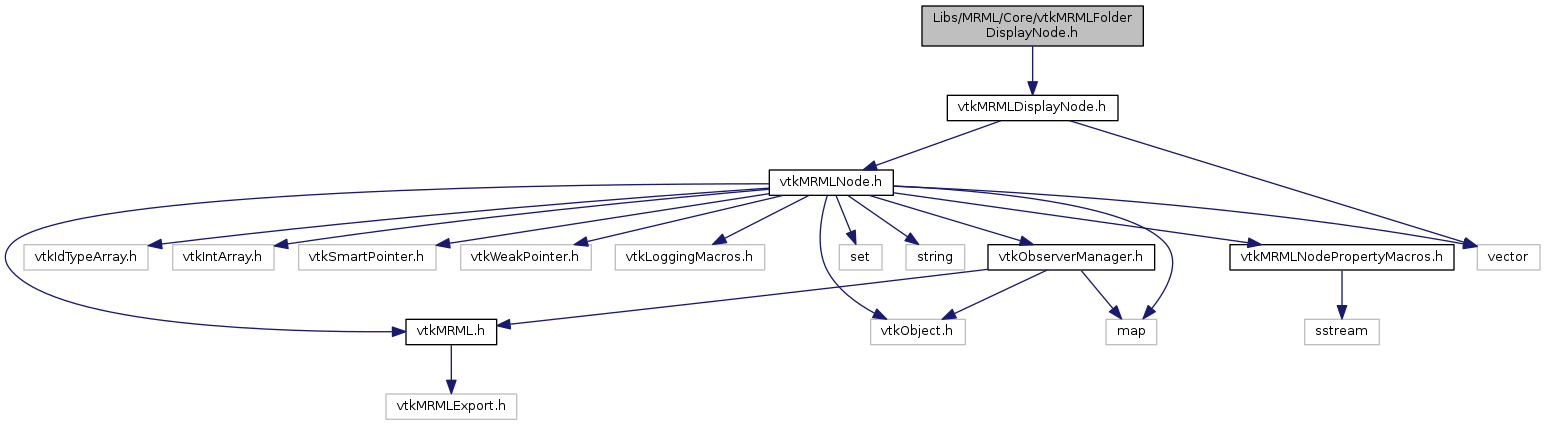
jamesobutler/apidocs.slicer.org keeps this Graphviz diagram as master/vtkMRMLFolderDisplayNode_8h__incl.png. Above is the earlier version. Its source is kept beside it as master/vtkMRMLFolderDisplayNode_8h__incl.dot. Source of this version:
```dot
digraph "Libs/MRML/Core/vtkMRMLFolderDisplayNode.h"
{
  bgcolor="transparent";
  edge [fontname="Helvetica",fontsize="10",labelfontname="Helvetica",labelfontsize="10"];
  node [fontname="Helvetica",fontsize="10",shape=record];
  Node0 [label="Libs/MRML/Core/vtkMRMLFolder\lDisplayNode.h",height=0.2,width=0.4,color="black", fillcolor="grey75", style="filled", fontcolor="black"];
  Node0 -> Node1 [color="midnightblue",fontsize="10",style="solid",fontname="Helvetica"];
  Node1 [label="vtkMRMLDisplayNode.h",height=0.2,width=0.4,color="black",URL="$vtkMRMLDisplayNode_8h.html"];
  Node1 -> Node2 [color="midnightblue",fontsize="10",style="solid",fontname="Helvetica"];
  Node2 [label="vtkMRMLNode.h",height=0.2,width=0.4,color="black",URL="$vtkMRMLNode_8h.html"];
  Node2 -> Node3 [color="midnightblue",fontsize="10",style="solid",fontname="Helvetica"];
  Node3 [label="vtkMRML.h",height=0.2,width=0.4,color="black",URL="$vtkMRML_8h.html"];
  Node3 -> Node4 [color="midnightblue",fontsize="10",style="solid",fontname="Helvetica"];
  Node4 [label="vtkMRMLExport.h",height=0.2,width=0.4,color="grey75"];
  Node2 -> Node5 [color="midnightblue",fontsize="10",style="solid",fontname="Helvetica"];
  Node5 [label="vtkObserverManager.h",height=0.2,width=0.4,color="black",URL="$vtkObserverManager_8h.html"];
  Node5 -> Node3 [color="midnightblue",fontsize="10",style="solid",fontname="Helvetica"];
  Node5 -> Node6 [color="midnightblue",fontsize="10",style="solid",fontname="Helvetica"];
  Node6 [label="vtkObject.h",height=0.2,width=0.4,color="grey75"];
  Node5 -> Node7 [color="midnightblue",fontsize="10",style="solid",fontname="Helvetica"];
  Node7 [label="map",height=0.2,width=0.4,color="grey75"];
  Node2 -> Node8 [color="midnightblue",fontsize="10",style="solid",fontname="Helvetica"];
  Node8 [label="vtkIdTypeArray.h",height=0.2,width=0.4,color="grey75"];
  Node2 -> Node9 [color="midnightblue",fontsize="10",style="solid",fontname="Helvetica"];
  Node9 [label="vtkIntArray.h",height=0.2,width=0.4,color="grey75"];
  Node2 -> Node6 [color="midnightblue",fontsize="10",style="solid",fontname="Helvetica"];
  Node2 -> Node10 [color="midnightblue",fontsize="10",style="solid",fontname="Helvetica"];
  Node10 [label="vtkSmartPointer.h",height=0.2,width=0.4,color="grey75"];
  Node2 -> Node11 [color="midnightblue",fontsize="10",style="solid",fontname="Helvetica"];
  Node11 [label="vtkWeakPointer.h",height=0.2,width=0.4,color="grey75"];
  Node2 -> Node12 [color="midnightblue",fontsize="10",style="solid",fontname="Helvetica"];
  Node12 [label="vtkLoggingMacros.h",height=0.2,width=0.4,color="grey75"];
  Node2 -> Node13 [color="midnightblue",fontsize="10",style="solid",fontname="Helvetica"];
  Node13 [label="vtkMRMLNodePropertyMacros.h",height=0.2,width=0.4,color="black",URL="$vtkMRMLNodePropertyMacros_8h.html"];
  Node13 -> Node14 [color="midnightblue",fontsize="10",style="solid",fontname="Helvetica"];
  Node14 [label="sstream",height=0.2,width=0.4,color="grey75"];
  Node2 -> Node7 [color="midnightblue",fontsize="10",style="solid",fontname="Helvetica"];
  Node2 -> Node15 [color="midnightblue",fontsize="10",style="solid",fontname="Helvetica"];
  Node15 [label="set",height=0.2,width=0.4,color="grey75"];
  Node2 -> Node16 [color="midnightblue",fontsize="10",style="solid",fontname="Helvetica"];
  Node16 [label="string",height=0.2,width=0.4,color="grey75"];
  Node2 -> Node17 [color="midnightblue",fontsize="10",style="solid",fontname="Helvetica"];
  Node17 [label="vector",height=0.2,width=0.4,color="grey75"];
  Node1 -> Node17 [color="midnightblue",fontsize="10",style="solid",fontname="Helvetica"];
}
```
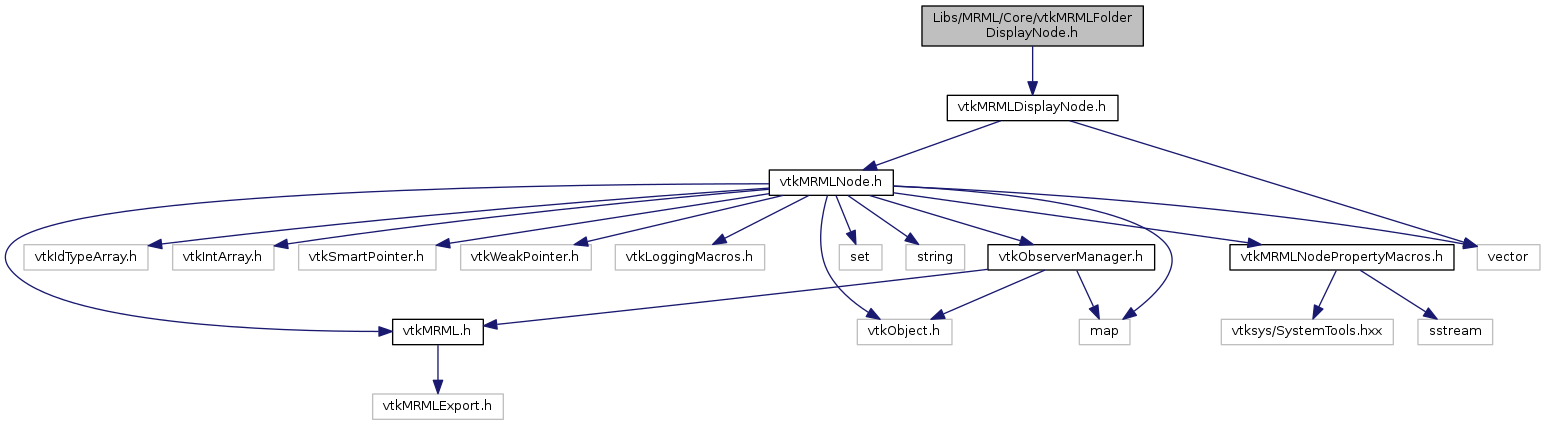
Later version of the same file.

What changed in the source:
```diff
@@ -34,12 +34,14 @@
   Node13 [label="vtkMRMLNodePropertyMacros.h",height=0.2,width=0.4,color="black",URL="$vtkMRMLNodePropertyMacros_8h.html"];
   Node13 -> Node14 [color="midnightblue",fontsize="10",style="solid",fontname="Helvetica"];
   Node14 [label="sstream",height=0.2,width=0.4,color="grey75"];
+  Node13 -> Node15 [color="midnightblue",fontsize="10",style="solid",fontname="Helvetica"];
+  Node15 [label="vtksys/SystemTools.hxx",height=0.2,width=0.4,color="grey75"];
   Node2 -> Node7 [color="midnightblue",fontsize="10",style="solid",fontname="Helvetica"];
-  Node2 -> Node15 [color="midnightblue",fontsize="10",style="solid",fontname="Helvetica"];
-  Node15 [label="set",height=0.2,width=0.4,color="grey75"];
   Node2 -> Node16 [color="midnightblue",fontsize="10",style="solid",fontname="Helvetica"];
-  Node16 [label="string",height=0.2,width=0.4,color="grey75"];
+  Node16 [label="set",height=0.2,width=0.4,color="grey75"];
   Node2 -> Node17 [color="midnightblue",fontsize="10",style="solid",fontname="Helvetica"];
-  Node17 [label="vector",height=0.2,width=0.4,color="grey75"];
-  Node1 -> Node17 [color="midnightblue",fontsize="10",style="solid",fontname="Helvetica"];
+  Node17 [label="string",height=0.2,width=0.4,color="grey75"];
+  Node2 -> Node18 [color="midnightblue",fontsize="10",style="solid",fontname="Helvetica"];
+  Node18 [label="vector",height=0.2,width=0.4,color="grey75"];
+  Node1 -> Node18 [color="midnightblue",fontsize="10",style="solid",fontname="Helvetica"];
 }
```
